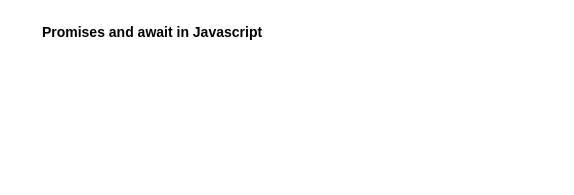
The draw.io diagram Angular.drawio in yepurivamsikrishna/drawio-diagrams, before the edit. Source tidied: cells renumbered, new cells numbered last; positions are measured from the earlier drawing's top-left corner, leaving out a move shared by most shapes. Both pictures are drawn from the tidied source at 100%, with x=0, y=0 at pixel (17, 17).
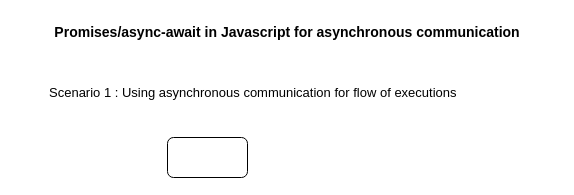
After the change.

What changed in the source:
```diff
@@
 <mxGraphModel>
   <root>
     <mxCell id="0" />
     <mxCell id="1" parent="0" />
-    <mxCell id="2" value="&lt;b&gt;&lt;font style=&quot;font-size: 14px;&quot;&gt;Promises and await in Javascript&lt;/font&gt;&lt;/b&gt;" style="text;html=1;align=center;verticalAlign=middle;whiteSpace=wrap;rounded=0;" parent="1" vertex="1">
-      <mxGeometry width="270" height="30" as="geometry" />
+    <mxCell id="2" value="&lt;b&gt;&lt;font style=&quot;font-size: 14px;&quot;&gt;Promises/async-await in Javascript for asynchronous communication&lt;/font&gt;&lt;/b&gt;" style="text;html=1;align=center;verticalAlign=middle;whiteSpace=wrap;rounded=0;" parent="1" vertex="1">
+      <mxGeometry width="540" height="30" as="geometry" />
     </mxCell>
+    <mxCell id="3" style="rounded=1;whiteSpace=wrap;html=1;" parent="1" vertex="1">
+      <mxGeometry x="150" y="120" width="80" height="40" as="geometry" />
+    </mxCell>
+    <mxCell id="4" value="&lt;font style=&quot;font-size: 13px;&quot;&gt;Scenario 1 : Using asynchronous communication for flow of executions&amp;nbsp;&lt;/font&gt;" style="text;html=1;align=left;verticalAlign=middle;whiteSpace=wrap;rounded=0;" parent="1" vertex="1">
+      <mxGeometry x="30" y="60" width="500" height="30" as="geometry" />
+    </mxCell>
   </root>
 </mxGraphModel>
```
